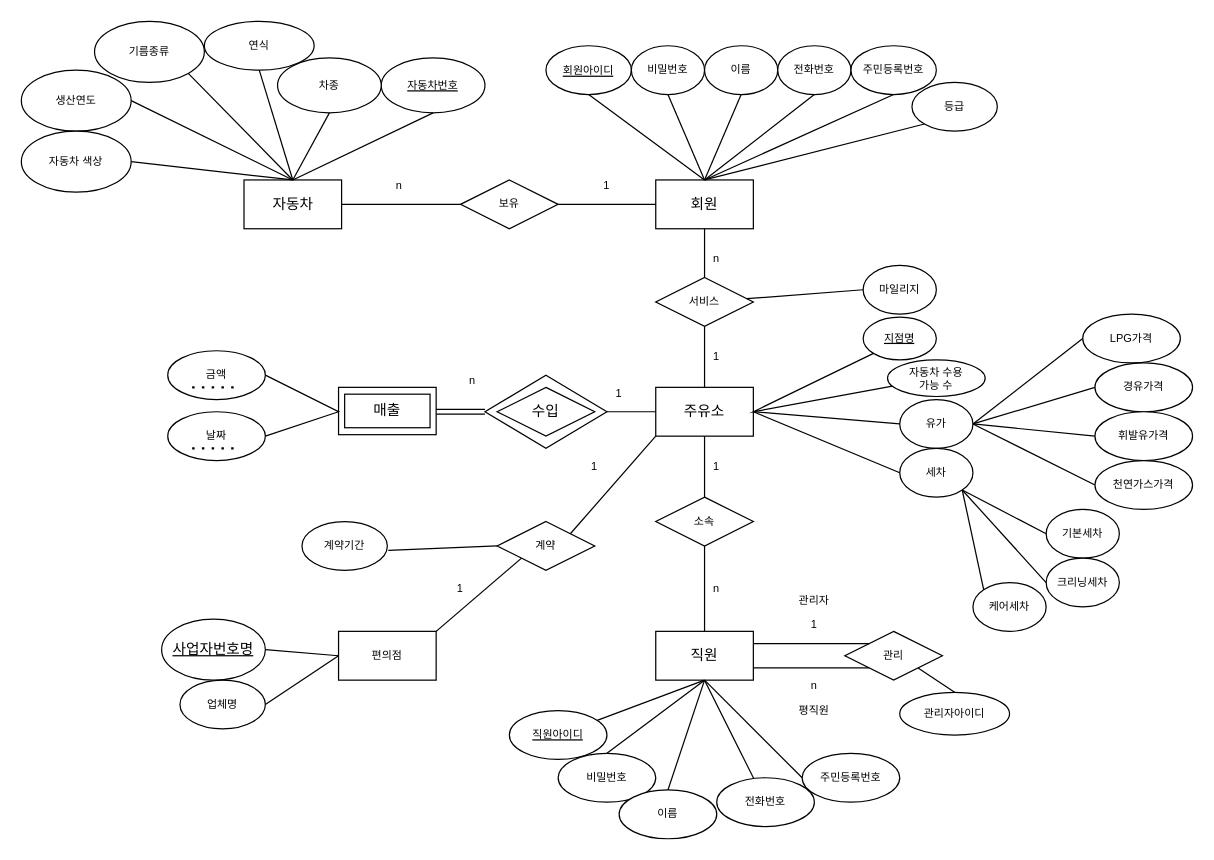
Above: Untitled Diagram.drawio in junki1912/DataBase_base (draw.io), before the change. Source tidied: cells renumbered, new cells numbered last; positions are measured from the earlier drawing's top-left corner, leaving out a move shared by most shapes. Both pictures are drawn from the tidied source at 122%, with x=0, y=0 at pixel (21, 21).
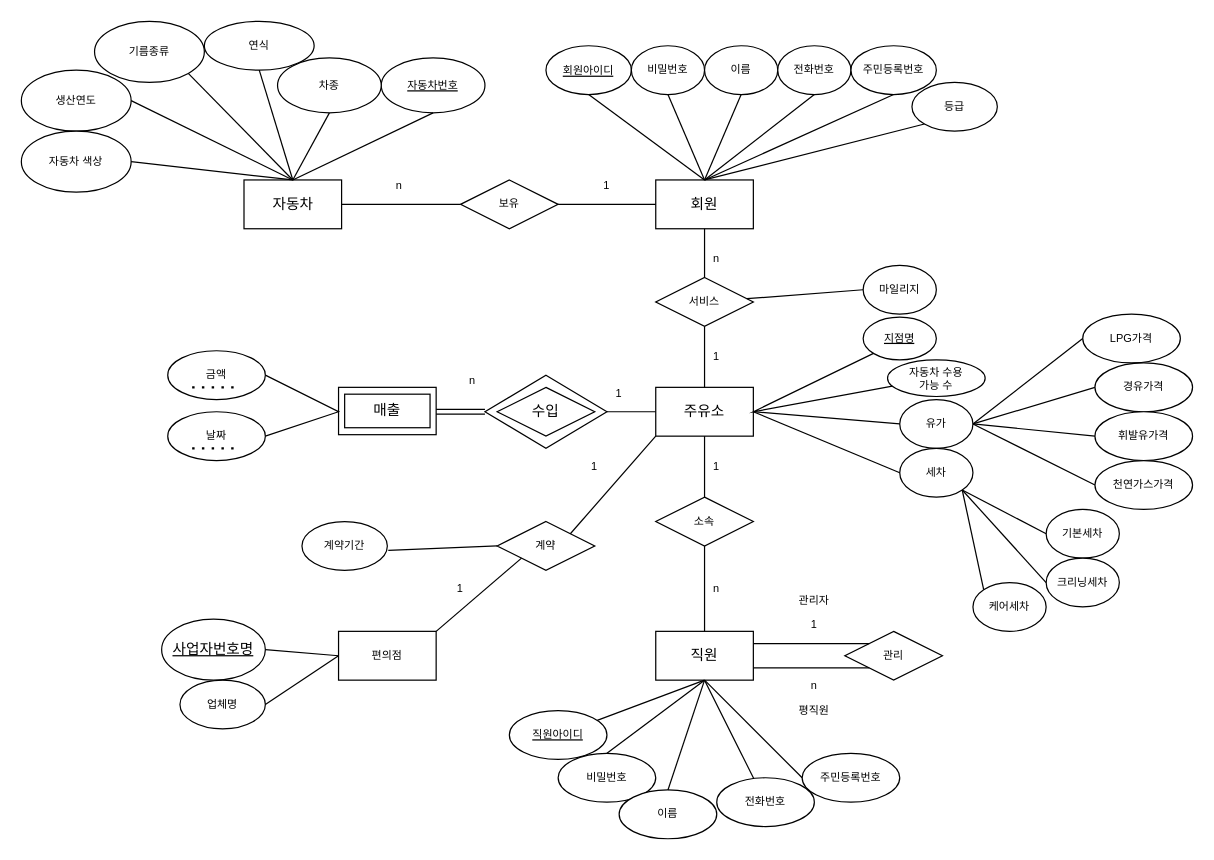
The same diagram, later.

Unchanged cells that the change refers to:
```xml
<mxCell id="42" value="관리" style="rhombus;whiteSpace=wrap;html=1;fontSize=9;" parent="1" vertex="1">
  <mxGeometry x="675" y="500" width="80" height="40" as="geometry" />
</mxCell>
```

What changed in the source:
```diff
@@
-    <mxCell id="90" value="관리자아이디" style="ellipse;whiteSpace=wrap;html=1;fontSize=9;" parent="1" vertex="1">
-      <mxGeometry x="720" y="550" width="90" height="35" as="geometry" />
-    </mxCell>
@@
-    <mxCell id="93" style="endArrow=none;html=1;rounded=0;fontSize=9;entryX=0.5;entryY=0;entryDx=0;entryDy=0;exitX=1;exitY=1;exitDx=0;exitDy=0;" parent="1" edge="1" source="42" target="90">
-      <mxGeometry relative="1" as="geometry" />
-    </mxCell>
```
